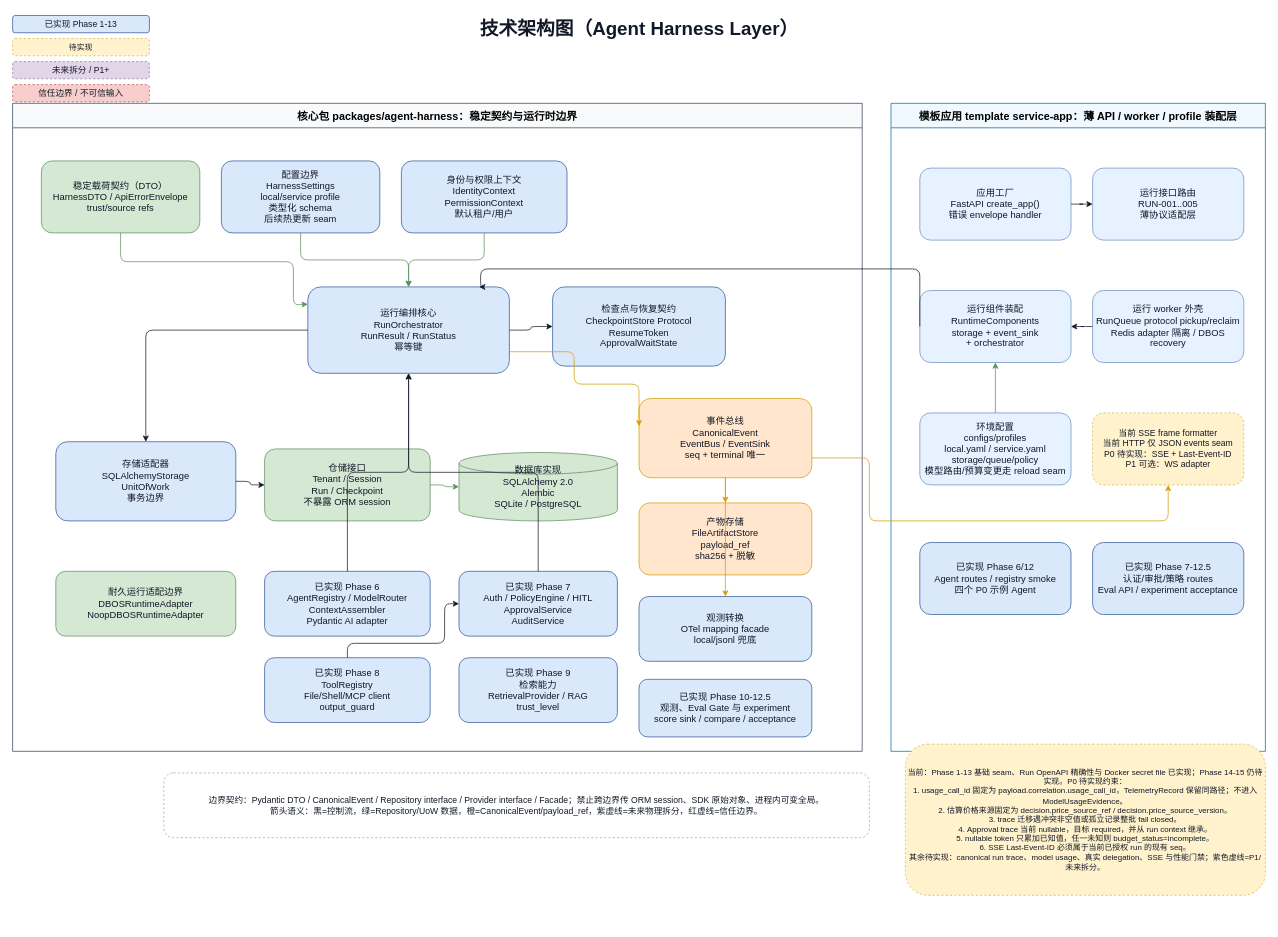
Earlier version of the draw.io diagram docs/architecture/agent-harness-technical-architecture.drawio (wdmcheng/agent-harness-layer). Source tidied: cells renumbered, new cells numbered last; positions are measured from the earlier drawing's top-left corner, leaving out a move shared by most shapes. Both pictures are drawn from the tidied source at 72%, with x=0, y=0 at pixel (12, 12).
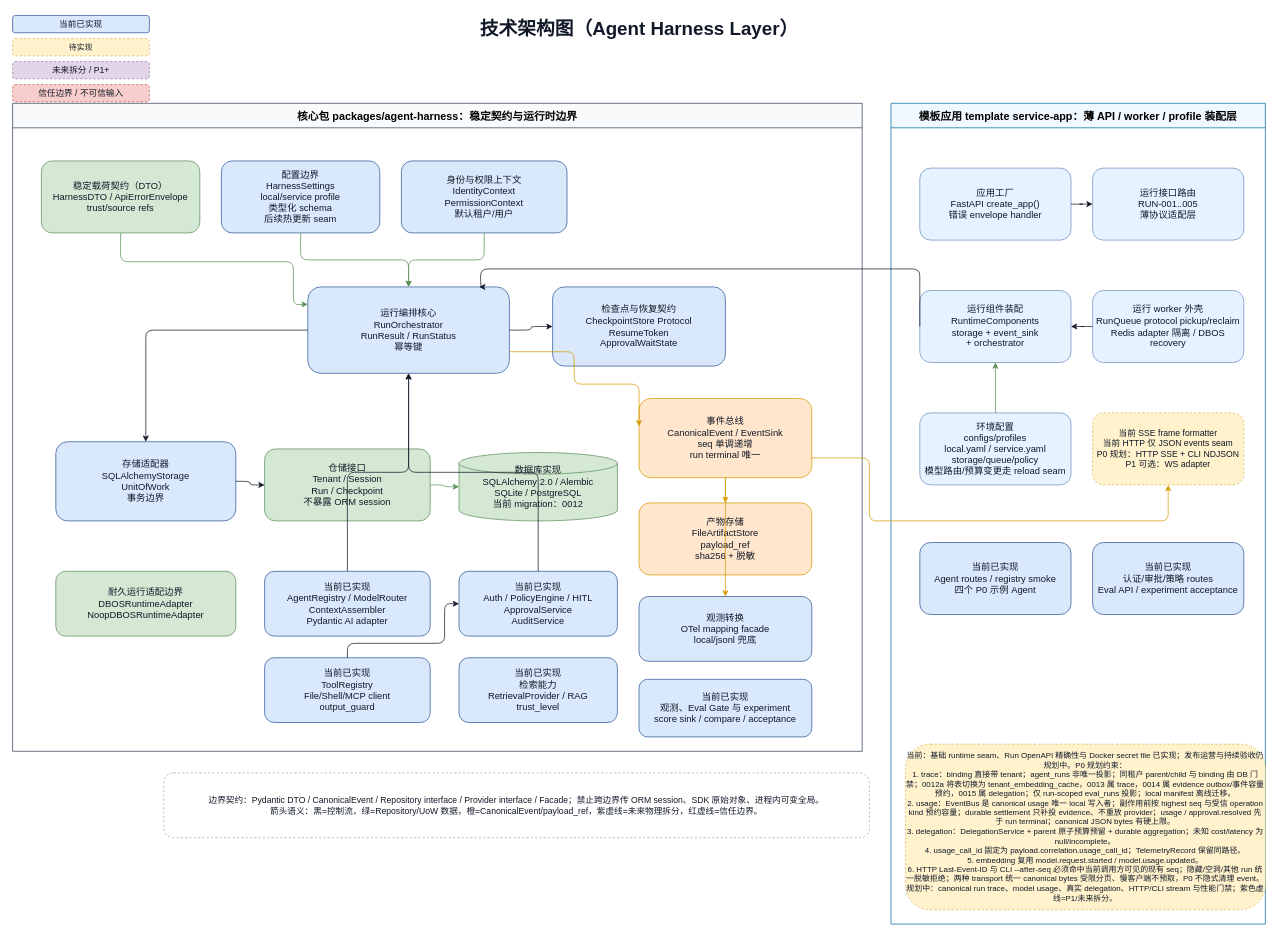
The same page after the edit.

The change refers to these unchanged cells:
```xml
<mxCell id="7" value="核心包 packages/agent-harness：稳定契约与运行时边界" style="swimlane;startSize=34;html=1;whiteSpace=wrap;rounded=0;fontSize=15;fontStyle=1;fillColor=#f8fafc;strokeColor=#334155;" parent="1" vertex="1">
  <mxGeometry y="126" width="1180" height="900" as="geometry" />
</mxCell>
```

Diff of the diagram source:
```diff
@@
-    <mxCell id="3" value="已实现 Phase 1-13" style="rounded=1;whiteSpace=wrap;html=1;fillColor=#dae8fc;strokeColor=#2f5597;fontColor=#111827;fontSize=12;" parent="1" vertex="1">
+    <mxCell id="3" value="当前已实现" style="rounded=1;whiteSpace=wrap;html=1;fillColor=#dae8fc;strokeColor=#2f5597;fontColor=#111827;fontSize=12;" parent="1" vertex="1">
       <mxGeometry y="4" width="190" height="24" as="geometry" />
     </mxCell>
@@
     <mxCell id="8" value="模板应用 template service-app：薄 API / worker / profile 装配层" style="swimlane;startSize=34;html=1;whiteSpace=wrap;rounded=0;fontSize=15;fontStyle=1;fillColor=#f0f9ff;strokeColor=#0369a1;" parent="1" vertex="1">
-      <mxGeometry x="1220" y="126" width="520" height="900" as="geometry" />
+      <mxGeometry x="1220" y="126" width="520" height="1140" as="geometry" />
     </mxCell>
@@
-    <mxCell id="10" value="当前：Phase 1-13 基础 seam、Run OpenAPI 精确性与 Docker secret file 已实现；Phase 14-15 仍待实现。P0 待实现约束：&#10;1. usage_call_id 固定为 payload.correlation.usage_call_id，TelemetryRecord 保留同路径；不进入 ModelUsageEvidence。&#10;2. 估算价格来源固定为 decision.price_source_ref / decision.price_source_version。&#10;3. trace 迁移遇冲突非空值或孤立记录整批 fail closed。&#10;4. Approval trace 当前 nullable，目标 required，并从 run context 继承。&#10;5. nullable token 只累加已知值，任一未知则 budget_status=incomplete。&#10;6. SSE Last-Event-ID 必须属于当前已授权 run 的现有 seq。&#10;其余待实现：canonical run trace、model usage、真实 delegation、SSE 与性能门禁；紫色虚线=P1/未来拆分。" style="rounded=1;whiteSpace=wrap;html=1;fillColor=#fff2cc;strokeColor=#d6b656;fontColor=#111827;fontSize=11;dashed=1;" parent="1" vertex="1">
-      <mxGeometry x="1240" y="1016" width="500" height="210" as="geometry" />
+    <mxCell id="10" value="当前：基础 runtime seam、Run OpenAPI 精确性与 Docker secret file 已实现；发布运营与持续验收仍规划中。P0 规划约束：&#10;1. trace：binding 直接带 tenant；agent_runs 非唯一投影；同租户 parent/child 与 binding 由 DB 门禁；0012a 将表切换为 tenant_embedding_cache，0013 属 trace，0014 属 evidence outbox/事件容量预约，0015 属 delegation；仅 run-scoped eval_runs 投影；local manifest 离线迁移。&#10;2. usage：EventBus 是 canonical usage 唯一 local 写入者；副作用前按 highest seq 与受信 operation kind 预约容量；durable settlement 只补投 evidence、不重放 provider；usage / approval.resolved 先于 run terminal；canonical JSON bytes 有硬上限。&#10;3. delegation：DelegationService + parent 原子预算预留 + durable aggregation；未知 cost/latency 为 null/incomplete。&#10;4. usage_call_id 固定为 payload.correlation.usage_call_id；TelemetryRecord 保留同路径。&#10;5. embedding 复用 model.request.started / model.usage.updated。&#10;6. HTTP Last-Event-ID 与 CLI --after-seq 必须命中当前调用方可见的现有 seq；隐藏/空洞/其他 run 统一脱敏拒绝；两种 transport 统一 canonical bytes 受限分页、慢客户端不预取，P0 不隐式清理 event。&#10;规划中：canonical run trace、model usage、真实 delegation、HTTP/CLI stream 与性能门禁；紫色虚线=P1/未来拆分。" style="rounded=1;whiteSpace=wrap;html=1;fillColor=#fff2cc;strokeColor=#d6b656;fontColor=#111827;fontSize=11;dashed=1;" parent="1" vertex="1">
+      <mxGeometry x="1240" y="1016" width="500" height="230" as="geometry" />
     </mxCell>
@@
-    <mxCell id="18" value="数据库实现&#10;SQLAlchemy 2.0&#10;Alembic&#10;SQLite / PostgreSQL" style="shape=cylinder3;whiteSpace=wrap;html=1;fillColor=#d5e8d4;strokeColor=#5b8f5a;fontColor=#111827;fontSize=13;" parent="7" vertex="1">
+    <mxCell id="18" value="数据库实现&#10;SQLAlchemy 2.0 / Alembic&#10;SQLite / PostgreSQL&#10;当前 migration：0012" style="shape=cylinder3;whiteSpace=wrap;html=1;fillColor=#d5e8d4;strokeColor=#5b8f5a;fontColor=#111827;fontSize=13;" parent="7" vertex="1">
       <mxGeometry x="620" y="485" width="220" height="95" as="geometry" />
     </mxCell>
-    <mxCell id="19" value="事件总线&#10;CanonicalEvent&#10;EventBus / EventSink&#10;seq + terminal 唯一" style="rounded=1;whiteSpace=wrap;html=1;fillColor=#ffe6cc;strokeColor=#d79b00;fontColor=#111827;fontSize=13;" parent="7" vertex="1">
+    <mxCell id="19" value="事件总线&#10;CanonicalEvent / EventSink&#10;seq 单调递增&#10;run terminal 唯一" style="rounded=1;whiteSpace=wrap;html=1;fillColor=#ffe6cc;strokeColor=#d79b00;fontColor=#111827;fontSize=13;" parent="7" vertex="1">
       <mxGeometry x="870" y="410" width="240" height="110" as="geometry" />
     </mxCell>
@@
-    <mxCell id="23" value="已实现 Phase 6&#10;AgentRegistry / ModelRouter&#10;ContextAssembler&#10;Pydantic AI adapter" style="rounded=1;whiteSpace=wrap;html=1;fillColor=#dae8fc;strokeColor=#2f5597;fontColor=#111827;fontSize=13;" parent="7" vertex="1">
+    <mxCell id="23" value="当前已实现&#10;AgentRegistry / ModelRouter&#10;ContextAssembler&#10;Pydantic AI adapter" style="rounded=1;whiteSpace=wrap;html=1;fillColor=#dae8fc;strokeColor=#2f5597;fontColor=#111827;fontSize=13;" parent="7" vertex="1">
       <mxGeometry x="350" y="650" width="230" height="90" as="geometry" />
     </mxCell>
-    <mxCell id="24" value="已实现 Phase 7&#10;Auth / PolicyEngine / HITL&#10;ApprovalService&#10;AuditService" style="rounded=1;whiteSpace=wrap;html=1;fillColor=#dae8fc;strokeColor=#2f5597;fontColor=#111827;fontSize=13;" parent="7" vertex="1">
+    <mxCell id="24" value="当前已实现&#10;Auth / PolicyEngine / HITL&#10;ApprovalService&#10;AuditService" style="rounded=1;whiteSpace=wrap;html=1;fillColor=#dae8fc;strokeColor=#2f5597;fontColor=#111827;fontSize=13;" parent="7" vertex="1">
       <mxGeometry x="620" y="650" width="220" height="90" as="geometry" />
     </mxCell>
-    <mxCell id="25" value="已实现 Phase 8&#10;ToolRegistry&#10;File/Shell/MCP client&#10;output_guard" style="rounded=1;whiteSpace=wrap;html=1;fillColor=#dae8fc;strokeColor=#2f5597;fontColor=#111827;fontSize=13;" parent="7" vertex="1">
+    <mxCell id="25" value="当前已实现&#10;ToolRegistry&#10;File/Shell/MCP client&#10;output_guard" style="rounded=1;whiteSpace=wrap;html=1;fillColor=#dae8fc;strokeColor=#2f5597;fontColor=#111827;fontSize=13;" parent="7" vertex="1">
       <mxGeometry x="350" y="770" width="230" height="90" as="geometry" />
     </mxCell>
-    <mxCell id="26" value="已实现 Phase 9&#10;检索能力&#10;RetrievalProvider / RAG&#10;trust_level" style="rounded=1;whiteSpace=wrap;html=1;fillColor=#dae8fc;strokeColor=#2f5597;fontColor=#111827;fontSize=13;" parent="7" vertex="1">
+    <mxCell id="26" value="当前已实现&#10;检索能力&#10;RetrievalProvider / RAG&#10;trust_level" style="rounded=1;whiteSpace=wrap;html=1;fillColor=#dae8fc;strokeColor=#2f5597;fontColor=#111827;fontSize=13;" parent="7" vertex="1">
       <mxGeometry x="620" y="770" width="220" height="90" as="geometry" />
     </mxCell>
-    <mxCell id="27" value="已实现 Phase 10-12.5&#10;观测、Eval Gate 与 experiment&#10;score sink / compare / acceptance" style="rounded=1;whiteSpace=wrap;html=1;fillColor=#dae8fc;strokeColor=#2f5597;fontColor=#111827;fontSize=13;" parent="7" vertex="1">
+    <mxCell id="27" value="当前已实现&#10;观测、Eval Gate 与 experiment&#10;score sink / compare / acceptance" style="rounded=1;whiteSpace=wrap;html=1;fillColor=#dae8fc;strokeColor=#2f5597;fontColor=#111827;fontSize=13;" parent="7" vertex="1">
       <mxGeometry x="870" y="800" width="240" height="80" as="geometry" />
     </mxCell>
@@
-    <mxCell id="33" value="当前 SSE frame formatter&#10;当前 HTTP 仅 JSON events seam&#10;P0 待实现：SSE + Last-Event-ID&#10;P1 可选：WS adapter" style="rounded=1;whiteSpace=wrap;html=1;fillColor=#fff2cc;strokeColor=#d6b656;fontColor=#111827;fontSize=12;dashed=1;" parent="8" vertex="1">
+    <mxCell id="33" value="当前 SSE frame formatter&#10;当前 HTTP 仅 JSON events seam&#10;P0 规划：HTTP SSE + CLI NDJSON&#10;P1 可选：WS adapter" style="rounded=1;whiteSpace=wrap;html=1;fillColor=#fff2cc;strokeColor=#d6b656;fontColor=#111827;fontSize=12;dashed=1;" parent="8" vertex="1">
       <mxGeometry x="280" y="430" width="210" height="100" as="geometry" />
     </mxCell>
-    <mxCell id="34" value="已实现 Phase 6/12&#10;Agent routes / registry smoke&#10;四个 P0 示例 Agent" style="rounded=1;whiteSpace=wrap;html=1;fillColor=#dae8fc;strokeColor=#2f5597;fontColor=#111827;fontSize=13;" parent="8" vertex="1">
+    <mxCell id="34" value="当前已实现&#10;Agent routes / registry smoke&#10;四个 P0 示例 Agent" style="rounded=1;whiteSpace=wrap;html=1;fillColor=#dae8fc;strokeColor=#2f5597;fontColor=#111827;fontSize=13;" parent="8" vertex="1">
       <mxGeometry x="40" y="610" width="210" height="100" as="geometry" />
     </mxCell>
-    <mxCell id="35" value="已实现 Phase 7-12.5&#10;认证/审批/策略 routes&#10;Eval API / experiment acceptance" style="rounded=1;whiteSpace=wrap;html=1;fillColor=#dae8fc;strokeColor=#2f5597;fontColor=#111827;fontSize=13;" parent="8" vertex="1">
+    <mxCell id="35" value="当前已实现&#10;认证/审批/策略 routes&#10;Eval API / experiment acceptance" style="rounded=1;whiteSpace=wrap;html=1;fillColor=#dae8fc;strokeColor=#2f5597;fontColor=#111827;fontSize=13;" parent="8" vertex="1">
       <mxGeometry x="280" y="610" width="210" height="100" as="geometry" />
     </mxCell>
```
